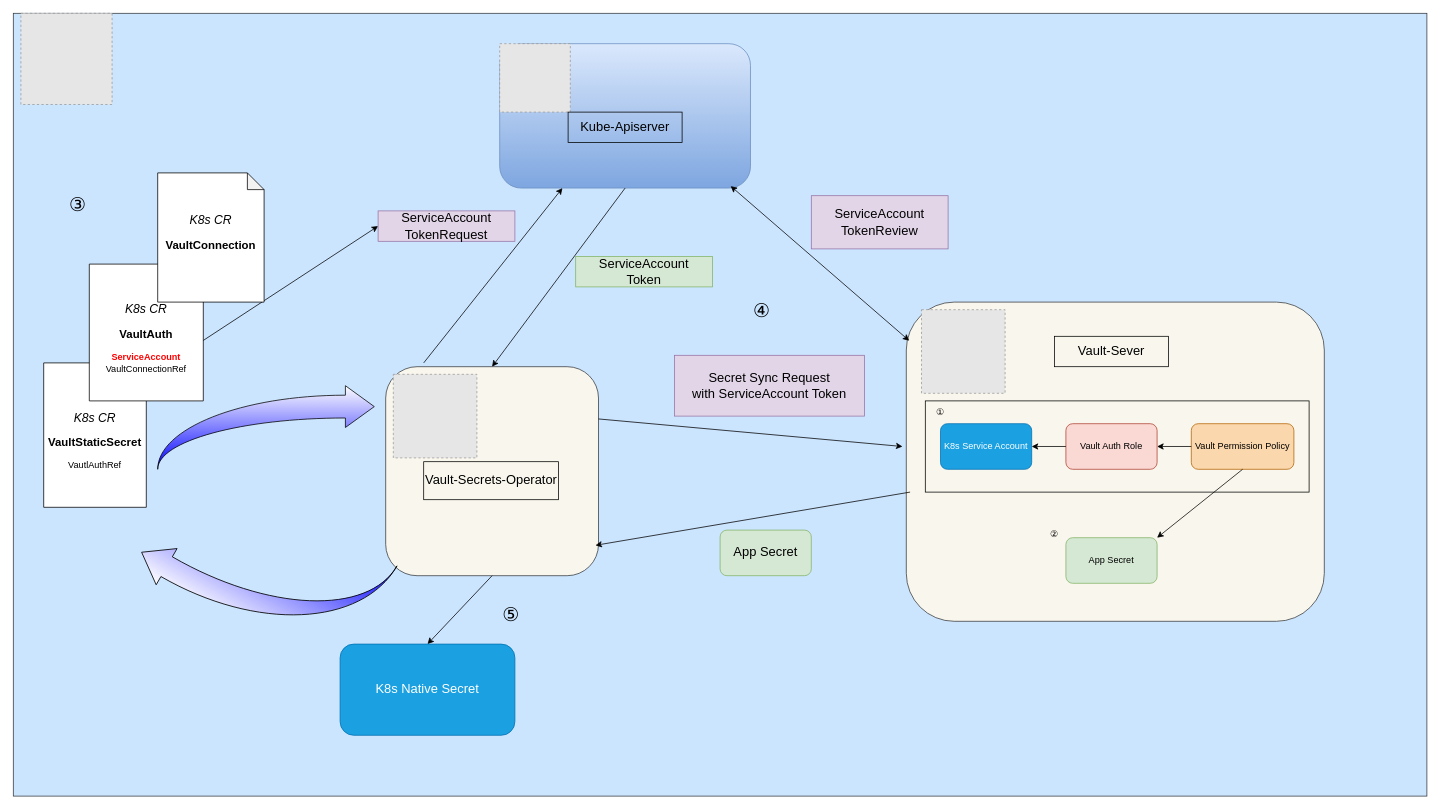
YanshanSong/draw.io keeps this draw.io diagram as page "workflow-and-mechanism" (3 of 3) of vault-secrets-operator-poc.drawio. Above is the earlier version. Source tidied: cells renumbered, new cells numbered last; positions are measured from the earlier drawing's top-left corner, leaving out a move shared by most shapes. Both pictures are drawn from the tidied source at 76%, with x=0, y=0 at pixel (13, 13). Pictures stored in the file or linked from it are replaced by grey dashed boxes.
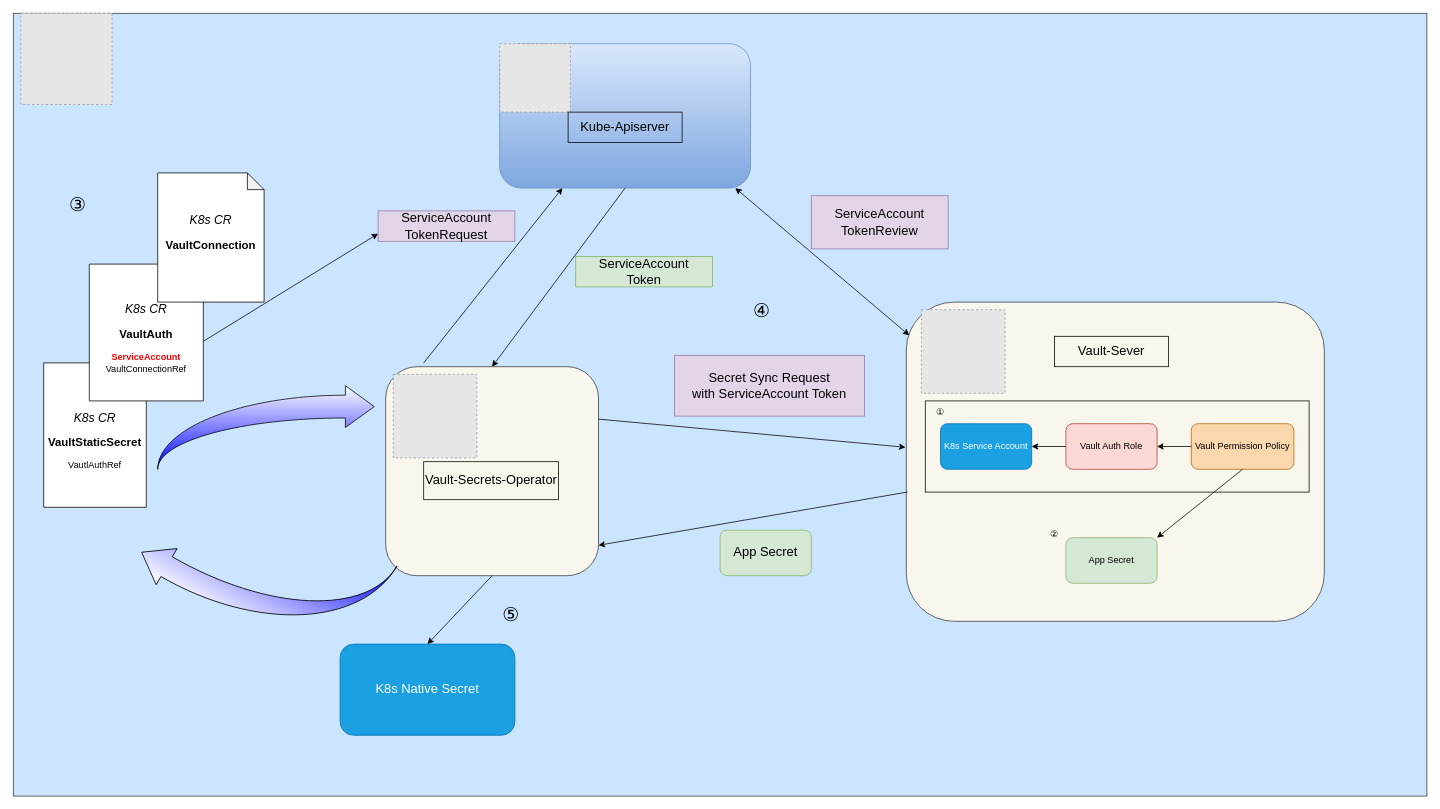
The same diagram, later.

Unchanged cells that the change refers to:
```xml
<mxCell id="5" style="rounded=1;whiteSpace=wrap;html=1;fillColor=#f9f7ed;strokeColor=#36393d;" parent="4" vertex="1">
  <mxGeometry width="280" height="275" as="geometry" />
</mxCell>
<mxCell id="10" style="rounded=1;whiteSpace=wrap;html=1;strokeColor=#6c8ebf;align=center;verticalAlign=middle;fontFamily=Helvetica;fontSize=12;fillColor=#dae8fc;gradientColor=#7ea6e0;" parent="1" vertex="1">
  <mxGeometry x="640" y="40" width="330" height="190" as="geometry" />
</mxCell>
<mxCell id="15" value="&lt;font style=&quot;font-size: 17px;&quot;&gt;ServiceAccount&lt;br style=&quot;&quot;&gt;TokenRequest&lt;/font&gt;" style="text;html=1;align=center;verticalAlign=middle;whiteSpace=wrap;rounded=0;fontFamily=Helvetica;fontSize=18;strokeColor=#9673a6;strokeWidth=1;fillColor=#e1d5e7;" parent="1" vertex="1">
  <mxGeometry x="480" y="260" width="180" height="40" as="geometry" />
</mxCell>
<mxCell id="19" style="rounded=1;whiteSpace=wrap;html=1;fillColor=#f9f7ed;strokeColor=#36393d;" parent="18" vertex="1">
  <mxGeometry width="550" height="420" as="geometry" />
</mxCell>
<mxCell id="42" value="&lt;div&gt;&lt;br&gt;&lt;/div&gt;&lt;div&gt;&lt;font style=&quot;font-size: 16px;&quot;&gt;&lt;i style=&quot;&quot;&gt;K8s CR&lt;/i&gt;&lt;/font&gt;&lt;/div&gt;&lt;div&gt;&lt;br&gt;&lt;/div&gt;&lt;span style=&quot;font-size: 15px;&quot;&gt;&lt;b&gt;VaultAuth&lt;br&gt;&lt;/b&gt;&lt;/span&gt;&lt;br&gt;&lt;div&gt;&lt;font color=&quot;#ff0000&quot;&gt;&lt;b&gt;ServiceAccount&lt;/b&gt;&lt;/font&gt;&lt;/div&gt;&lt;div&gt;VaultConnectionRef&lt;/div&gt;" style="shape=note;whiteSpace=wrap;html=1;backgroundOutline=1;darkOpacity=0.05;size=22;" parent="40" vertex="1">
  <mxGeometry x="60" y="120" width="150" height="180" as="geometry" />
</mxCell>
```

Diff of the diagram source:
```diff
@@
-    <mxCell id="14" style="endArrow=classic;html=1;rounded=0;fontFamily=Helvetica;fontSize=12;fontColor=default;exitX=0.8;exitY=0.667;exitDx=0;exitDy=0;exitPerimeter=0;entryX=0;entryY=0.5;entryDx=0;entryDy=0;" parent="1" edge="1" source="42" target="15">
+    <mxCell id="14" style="endArrow=classic;html=1;rounded=0;fontFamily=Helvetica;fontSize=12;fontColor=default;exitX=0.8;exitY=0.667;exitDx=0;exitDy=0;exitPerimeter=0;entryX=0;entryY=0.75;entryDx=0;entryDy=0;" parent="1" edge="1" source="42" target="15">
       <mxGeometry relative="1" as="geometry" />
     </mxCell>
@@
-    <mxCell id="32" style="endArrow=classic;html=1;rounded=0;fontFamily=Helvetica;fontSize=12;fontColor=default;exitX=1;exitY=0.25;exitDx=0;exitDy=0;" parent="1" edge="1" source="5">
+    <mxCell id="32" style="endArrow=classic;html=1;rounded=0;fontFamily=Helvetica;fontSize=12;fontColor=default;" parent="1" edge="1">
       <mxGeometry relative="1" as="geometry">
-        <mxPoint x="1170" y="570" as="targetPoint" />
+        <mxPoint x="770" y="534" as="sourcePoint" />
+        <mxPoint x="1174" y="571" as="targetPoint" />
       </mxGeometry>
     </mxCell>
@@
-    <mxCell id="34" style="endArrow=classic;html=1;rounded=0;fontFamily=Helvetica;fontSize=12;fontColor=default;" parent="1" edge="1">
+    <mxCell id="34" style="endArrow=classic;html=1;rounded=0;fontFamily=Helvetica;fontSize=12;fontColor=default;exitX=0.003;exitY=0.595;exitDx=0;exitDy=0;exitPerimeter=0;" parent="1" edge="1" source="19">
       <mxGeometry relative="1" as="geometry">
-        <mxPoint x="1180" y="630" as="sourcePoint" />
-        <mxPoint x="766" y="700" as="targetPoint" />
+        <mxPoint x="770" y="700" as="targetPoint" />
       </mxGeometry>
     </mxCell>
@@
-    <mxCell id="38" style="endArrow=classic;startArrow=classic;html=1;rounded=0;fontFamily=Helvetica;fontSize=12;fontColor=default;entryX=0.921;entryY=0.986;entryDx=0;entryDy=0;entryPerimeter=0;exitX=0.007;exitY=0.121;exitDx=0;exitDy=0;exitPerimeter=0;" parent="1" edge="1" source="19" target="10">
-      <mxGeometry relative="1" as="geometry" />
+    <mxCell id="38" style="endArrow=classic;startArrow=classic;html=1;rounded=0;fontFamily=Helvetica;fontSize=12;fontColor=default;exitX=0.007;exitY=0.104;exitDx=0;exitDy=0;exitPerimeter=0;" parent="1" edge="1" source="19">
+      <mxGeometry relative="1" as="geometry">
+        <mxPoint x="950" y="230" as="targetPoint" />
+      </mxGeometry>
     </mxCell>
```
